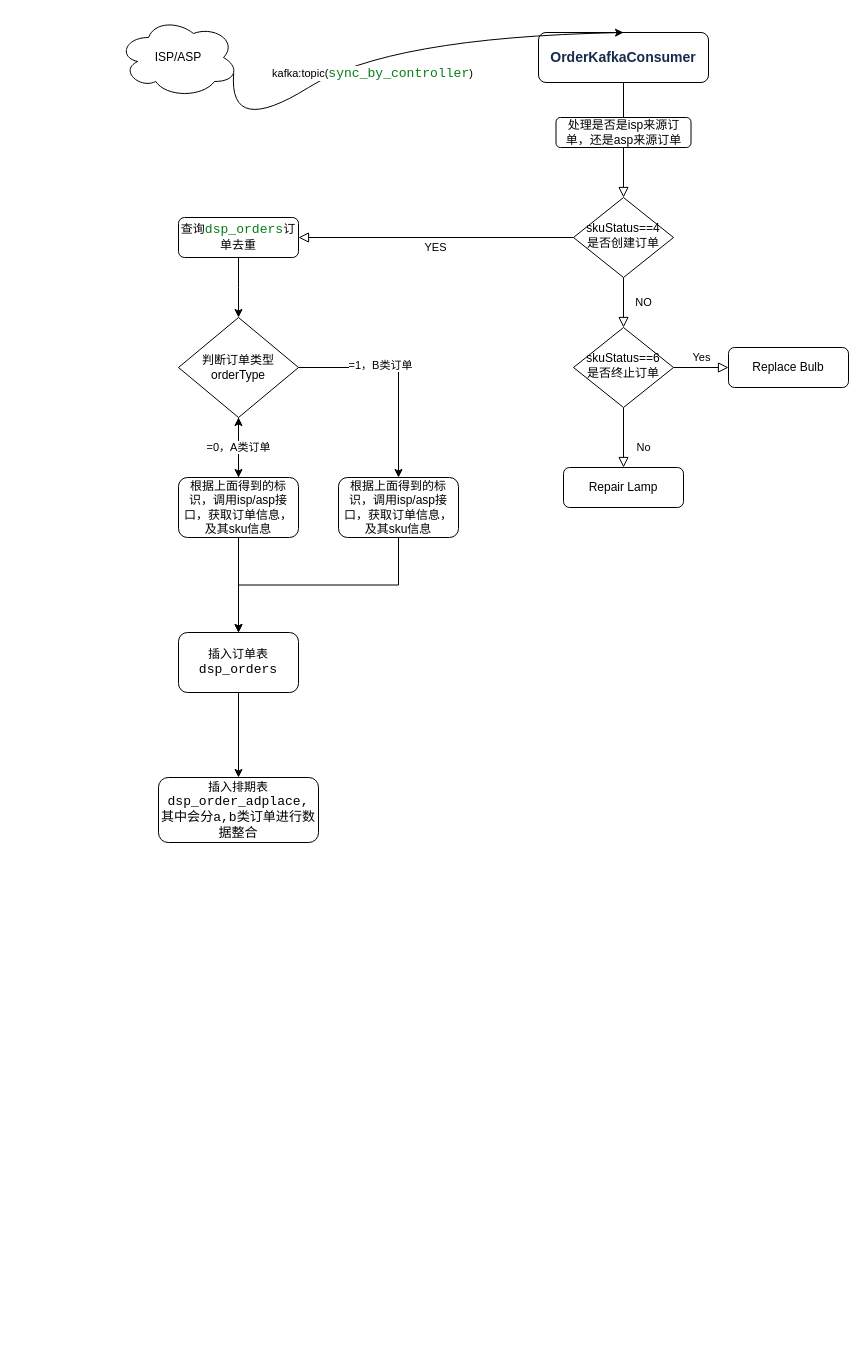
huankong/processon keeps this draw.io diagram as 未命名绘图.drawio. Above is the earlier version. Source tidied: cells renumbered, new cells numbered last; positions are measured from the earlier drawing's top-left corner, leaving out a move shared by most shapes. Both pictures are drawn from the tidied source at 100%, with x=0, y=0 at pixel (118, 17).
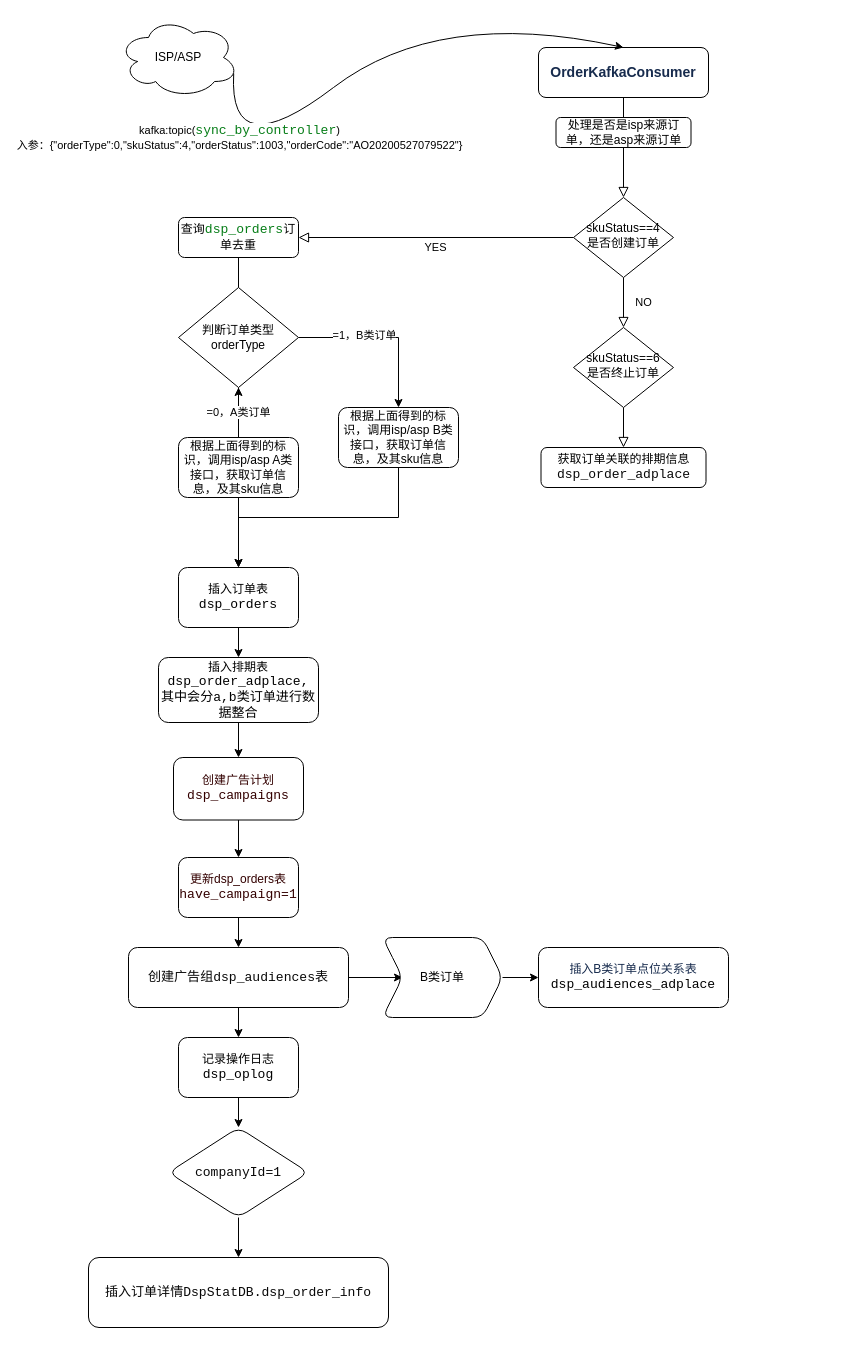
The same page after the edit.

Commit message:
更新未命名绘图.drawio

The change refers to these unchanged cells:
```xml
<mxCell id="11" value="skuStatus==6&lt;br&gt;是否终止订单" style="rhombus;whiteSpace=wrap;html=1;shadow=0;fontFamily=Helvetica;fontSize=12;align=center;strokeWidth=1;spacing=6;spacingTop=-4;" parent="1" vertex="1">
  <mxGeometry x="455" y="310" width="100" height="80" as="geometry" />
</mxCell>
<mxCell id="14" value="ISP/ASP" style="ellipse;shape=cloud;whiteSpace=wrap;html=1;" parent="1" vertex="1">
  <mxGeometry width="120" height="80" as="geometry" />
</mxCell>
```

Diff of the diagram source:
```diff
@@
     <mxCell id="3" value="&lt;strong style=&quot;color: rgb(23 , 43 , 77) ; font-family: , &amp;#34;system-ui&amp;#34; , &amp;#34;segoe ui&amp;#34; , &amp;#34;roboto&amp;#34; , &amp;#34;oxygen&amp;#34; , &amp;#34;ubuntu&amp;#34; , &amp;#34;fira sans&amp;#34; , &amp;#34;droid sans&amp;#34; , &amp;#34;helvetica neue&amp;#34; , sans-serif ; font-size: 14px ; background-color: rgb(255 , 255 , 255)&quot;&gt;OrderKafkaConsumer&lt;/strong&gt;" style="rounded=1;whiteSpace=wrap;html=1;fontSize=12;glass=0;strokeWidth=1;shadow=0;" parent="1" vertex="1">
-      <mxGeometry x="420" y="15" width="170" height="50" as="geometry" />
+      <mxGeometry x="420" y="30" width="170" height="50" as="geometry" />
     </mxCell>
@@
-    <mxCell id="9" value="No" style="rounded=0;html=1;jettySize=auto;fontSize=11;endArrow=block;endFill=0;endSize=8;strokeWidth=1;shadow=0;labelBackgroundColor=none;edgeStyle=orthogonalEdgeStyle;" parent="1" edge="1" source="11" target="12">
+    <mxCell id="9" style="rounded=0;html=1;jettySize=auto;fontSize=11;endArrow=block;endFill=0;endSize=8;strokeWidth=1;shadow=0;labelBackgroundColor=none;edgeStyle=orthogonalEdgeStyle;" parent="1" edge="1" source="11" target="12">
       <mxGeometry x="0.33" y="20" relative="1" as="geometry" />
     </mxCell>
-    <mxCell id="10" value="Yes" style="edgeStyle=orthogonalEdgeStyle;rounded=0;html=1;jettySize=auto;fontSize=11;endArrow=block;endFill=0;endSize=8;strokeWidth=1;shadow=0;labelBackgroundColor=none;" parent="1" edge="1" source="11" target="13">
-      <mxGeometry y="10" relative="1" as="geometry" />
-    </mxCell>
@@
-    <mxCell id="12" value="Repair Lamp" style="rounded=1;whiteSpace=wrap;html=1;fontSize=12;glass=0;strokeWidth=1;shadow=0;" parent="1" vertex="1">
-      <mxGeometry x="445" y="450" width="120" height="40" as="geometry" />
+    <mxCell id="12" value="获取订单关联的排期信息&lt;span style=&quot;background-color: rgb(255 , 255 , 255) ; color: rgb(8 , 8 , 8) ; font-family: &amp;#34;jetbrains mono&amp;#34; , monospace ; font-size: 9.8pt&quot;&gt;dsp_order_adplace&lt;/span&gt;" style="rounded=1;whiteSpace=wrap;html=1;fontSize=12;glass=0;strokeWidth=1;shadow=0;" parent="1" vertex="1">
+      <mxGeometry x="422.5" y="430" width="165" height="40" as="geometry" />
     </mxCell>
-    <mxCell id="13" value="Replace Bulb" style="rounded=1;whiteSpace=wrap;html=1;fontSize=12;glass=0;strokeWidth=1;shadow=0;" parent="1" vertex="1">
-      <mxGeometry x="610" y="330" width="120" height="40" as="geometry" />
-    </mxCell>
@@
     <mxCell id="15" style="curved=1;endArrow=classic;html=1;rounded=0;entryX=0.5;entryY=0;entryDx=0;entryDy=0;exitX=0.96;exitY=0.7;exitDx=0;exitDy=0;exitPerimeter=0;" parent="1" edge="1" source="14" target="3">
       <mxGeometry relative="1" as="geometry">
         <Array as="points">
-          <mxPoint x="110" y="120" />
-          <mxPoint x="270" y="20" />
+          <mxPoint x="110" y="150" />
+          <mxPoint x="320" y="-10" />
         </Array>
       </mxGeometry>
     </mxCell>
-    <mxCell id="16" value="kafka:topic(&lt;span style=&quot;color: rgb(6 , 125 , 23) ; font-family: &amp;#34;jetbrains mono&amp;#34; , monospace ; font-size: 9.8pt&quot;&gt;sync_by_controller&lt;/span&gt;)" style="edgeLabel;html=1;align=center;verticalAlign=middle;" parent="15" vertex="1">
-      <mxGeometry x="-0.1" y="-21" relative="1" as="geometry" />
+    <mxCell id="16" value="kafka:topic(&lt;span style=&quot;color: rgb(6 , 125 , 23) ; font-family: &amp;#34;jetbrains mono&amp;#34; , monospace ; font-size: 9.8pt&quot;&gt;sync_by_controller&lt;/span&gt;)&lt;br&gt;入参：{&quot;orderType&quot;:0,&quot;skuStatus&quot;:4,&quot;orderStatus&quot;:1003,&quot;orderCode&quot;:&quot;AO20200527079522&quot;}" style="edgeLabel;html=1;align=center;verticalAlign=middle;" parent="15" vertex="1">
+      <mxGeometry x="-0.1" y="-21" relative="1" as="geometry">
+        <mxPoint x="-123" y="45" as="offset" />
+      </mxGeometry>
     </mxCell>
@@
     <mxCell id="20" value="判断订单类型orderType" style="rhombus;whiteSpace=wrap;html=1;" parent="1" vertex="1">
-      <mxGeometry x="60" y="300" width="120" height="100" as="geometry" />
+      <mxGeometry x="60" y="270" width="120" height="100" as="geometry" />
     </mxCell>
@@
-    <mxCell id="25" value="根据上面得到的标识，调用isp/asp接口，获取订单信息，及其sku信息" style="rounded=1;whiteSpace=wrap;html=1;" parent="1" vertex="1">
-      <mxGeometry x="60" y="460" width="120" height="60" as="geometry" />
+    <mxCell id="25" value="根据上面得到的标识，调用isp/asp A类接口，获取订单信息，及其sku信息" style="rounded=1;whiteSpace=wrap;html=1;" parent="1" vertex="1">
+      <mxGeometry x="60" y="420" width="120" height="60" as="geometry" />
     </mxCell>
@@
-    <mxCell id="27" value="&lt;span&gt;根据上面得到的标识，调用isp/asp接口，获取订单信息，及其sku信息&lt;/span&gt;" style="rounded=1;whiteSpace=wrap;html=1;" parent="1" vertex="1">
-      <mxGeometry x="220" y="460" width="120" height="60" as="geometry" />
+    <mxCell id="27" value="&lt;span&gt;根据上面得到的标识，调用isp/asp B类接口，获取订单信息，及其sku信息&lt;/span&gt;" style="rounded=1;whiteSpace=wrap;html=1;" parent="1" vertex="1">
+      <mxGeometry x="220" y="390" width="120" height="60" as="geometry" />
     </mxCell>
@@
     <mxCell id="29" value="插入订单表&lt;span style=&quot;background-color: rgb(255 , 255 , 255) ; font-family: &amp;#34;jetbrains mono&amp;#34; , monospace ; font-size: 9.8pt&quot;&gt;dsp_orders&lt;br&gt;&lt;/span&gt;" style="whiteSpace=wrap;html=1;rounded=1;" parent="1" vertex="1">
-      <mxGeometry x="60" y="615" width="120" height="60" as="geometry" />
+      <mxGeometry x="60" y="550" width="120" height="60" as="geometry" />
     </mxCell>
+    <mxCell id="31" style="edgeStyle=orthogonalEdgeStyle;rounded=0;jettySize=auto;html=1;" parent="1" edge="1" source="30" target="33">
+      <mxGeometry relative="1" as="geometry" />
+    </mxCell>
     <mxCell id="30" value="插入排期表&lt;span style=&quot;background-color: rgb(255 , 255 , 255) ; font-family: &amp;#34;jetbrains mono&amp;#34; , monospace ; font-size: 9.8pt&quot;&gt;dsp_order_adplace,&lt;br&gt;其中会分a,b类订单进行数据整合&lt;br&gt;&lt;/span&gt;" style="whiteSpace=wrap;html=1;rounded=1;" parent="1" vertex="1">
-      <mxGeometry x="40" y="760" width="160" height="65" as="geometry" />
+      <mxGeometry x="40" y="640" width="160" height="65" as="geometry" />
     </mxCell>
+    <mxCell id="32" style="edgeStyle=orthogonalEdgeStyle;rounded=0;jettySize=auto;html=1;fontColor=#330000;" parent="1" edge="1" source="33" target="35">
+      <mxGeometry relative="1" as="geometry" />
+    </mxCell>
+    <mxCell id="33" value="&lt;font color=&quot;#330000&quot;&gt;创建广告计划&lt;/font&gt;&lt;span style=&quot;color: rgb(51 , 0 , 0) ; background-color: rgb(255 , 255 , 255) ; font-family: &amp;#34;jetbrains mono&amp;#34; , monospace ; font-size: 9.8pt&quot;&gt;dsp_campaigns&lt;/span&gt;" style="whiteSpace=wrap;html=1;rounded=1;" parent="1" vertex="1">
+      <mxGeometry x="55" y="740" width="130" height="62.5" as="geometry" />
+    </mxCell>
+    <mxCell id="34" style="edgeStyle=orthogonalEdgeStyle;rounded=0;jettySize=auto;html=1;fontColor=#330000;" parent="1" edge="1" source="35" target="38">
+      <mxGeometry relative="1" as="geometry" />
+    </mxCell>
+    <mxCell id="35" value="&lt;font color=&quot;#330000&quot;&gt;更新dsp_orders表&lt;span style=&quot;background-color: rgb(255 , 255 , 255) ; font-family: &amp;#34;jetbrains mono&amp;#34; , monospace ; font-size: 9.8pt&quot;&gt;have_campaign=1&lt;/span&gt;&lt;/font&gt;" style="whiteSpace=wrap;html=1;rounded=1;" parent="1" vertex="1">
+      <mxGeometry x="60" y="840" width="120" height="60" as="geometry" />
+    </mxCell>
+    <mxCell id="36" style="edgeStyle=orthogonalEdgeStyle;rounded=0;jettySize=auto;html=1;fontColor=#330000;" parent="1" edge="1" source="38" target="40">
+      <mxGeometry relative="1" as="geometry" />
+    </mxCell>
+    <mxCell id="37" style="edgeStyle=orthogonalEdgeStyle;rounded=0;jettySize=auto;html=1;fontSize=12;fontColor=#330000;" parent="1" edge="1" source="38" target="44">
+      <mxGeometry relative="1" as="geometry" />
+    </mxCell>
+    <mxCell id="38" value="&lt;pre style=&quot;background-color: #ffffff ; color: #080808 ; font-family: &amp;#34;jetbrains mono&amp;#34; , monospace ; font-size: 9.8pt&quot;&gt;创建广告组dsp_audiences表&lt;/pre&gt;" style="whiteSpace=wrap;html=1;rounded=1;" parent="1" vertex="1">
+      <mxGeometry x="10" y="930" width="220" height="60" as="geometry" />
+    </mxCell>
+    <mxCell id="39" style="edgeStyle=orthogonalEdgeStyle;rounded=0;jettySize=auto;html=1;fontColor=#330000;" parent="1" edge="1" source="40" target="41">
+      <mxGeometry relative="1" as="geometry" />
+    </mxCell>
+    <mxCell id="40" value="B类订单" style="shape=step;perimeter=stepPerimeter;whiteSpace=wrap;html=1;fixedSize=1;rounded=1;" parent="1" vertex="1">
+      <mxGeometry x="264" y="920" width="120" height="80" as="geometry" />
+    </mxCell>
+    <mxCell id="41" value="&lt;span style=&quot;color: rgb(23 , 43 , 77) ; letter-spacing: -0.006em&quot;&gt;&lt;font style=&quot;font-size: 12px&quot;&gt;插入B类订单点位关系表&lt;/font&gt;&lt;/span&gt;&lt;span style=&quot;background-color: rgb(255 , 255 , 255) ; font-family: &amp;#34;jetbrains mono&amp;#34; , monospace ; font-size: 9.8pt&quot;&gt;dsp_audiences_adplace&lt;/span&gt;" style="whiteSpace=wrap;html=1;rounded=1;" parent="1" vertex="1">
+      <mxGeometry x="420" y="930" width="190" height="60" as="geometry" />
+    </mxCell>
+    <mxCell id="42" style="edgeStyle=orthogonalEdgeStyle;rounded=0;jettySize=auto;html=1;fontSize=12;fontColor=#330000;exitX=0.5;exitY=1;exitDx=0;exitDy=0;" parent="1" edge="1" source="46" target="45">
+      <mxGeometry relative="1" as="geometry" />
+    </mxCell>
+    <mxCell id="43" style="edgeStyle=orthogonalEdgeStyle;rounded=0;jettySize=auto;html=1;fontSize=12;fontColor=#330000;" parent="1" edge="1" source="44" target="46">
+      <mxGeometry relative="1" as="geometry" />
+    </mxCell>
+    <mxCell id="44" value="记录操作日志&lt;span style=&quot;background-color: rgb(255 , 255 , 255) ; font-family: &amp;#34;jetbrains mono&amp;#34; , monospace ; font-size: 9.8pt&quot;&gt;dsp_oplog&lt;/span&gt;" style="whiteSpace=wrap;html=1;rounded=1;" parent="1" vertex="1">
+      <mxGeometry x="60" y="1020" width="120" height="60" as="geometry" />
+    </mxCell>
+    <mxCell id="45" value="&lt;pre style=&quot;background-color: #ffffff ; color: #080808 ; font-family: &amp;#34;jetbrains mono&amp;#34; , monospace ; font-size: 9.8pt&quot;&gt;插入订单详情DspStatDB.dsp_order_info&lt;/pre&gt;" style="whiteSpace=wrap;html=1;rounded=1;" parent="1" vertex="1">
+      <mxGeometry x="-30" y="1240" width="300" height="70" as="geometry" />
+    </mxCell>
+    <mxCell id="46" value="&lt;pre style=&quot;background-color: rgb(255 , 255 , 255) ; color: rgb(8 , 8 , 8) ; font-family: &amp;#34;jetbrains mono&amp;#34; , monospace ; font-size: 9.8pt&quot;&gt;companyId=1&lt;/pre&gt;" style="rhombus;whiteSpace=wrap;html=1;rounded=1;" parent="1" vertex="1">
+      <mxGeometry x="50" y="1110" width="140" height="90" as="geometry" />
+    </mxCell>
```
